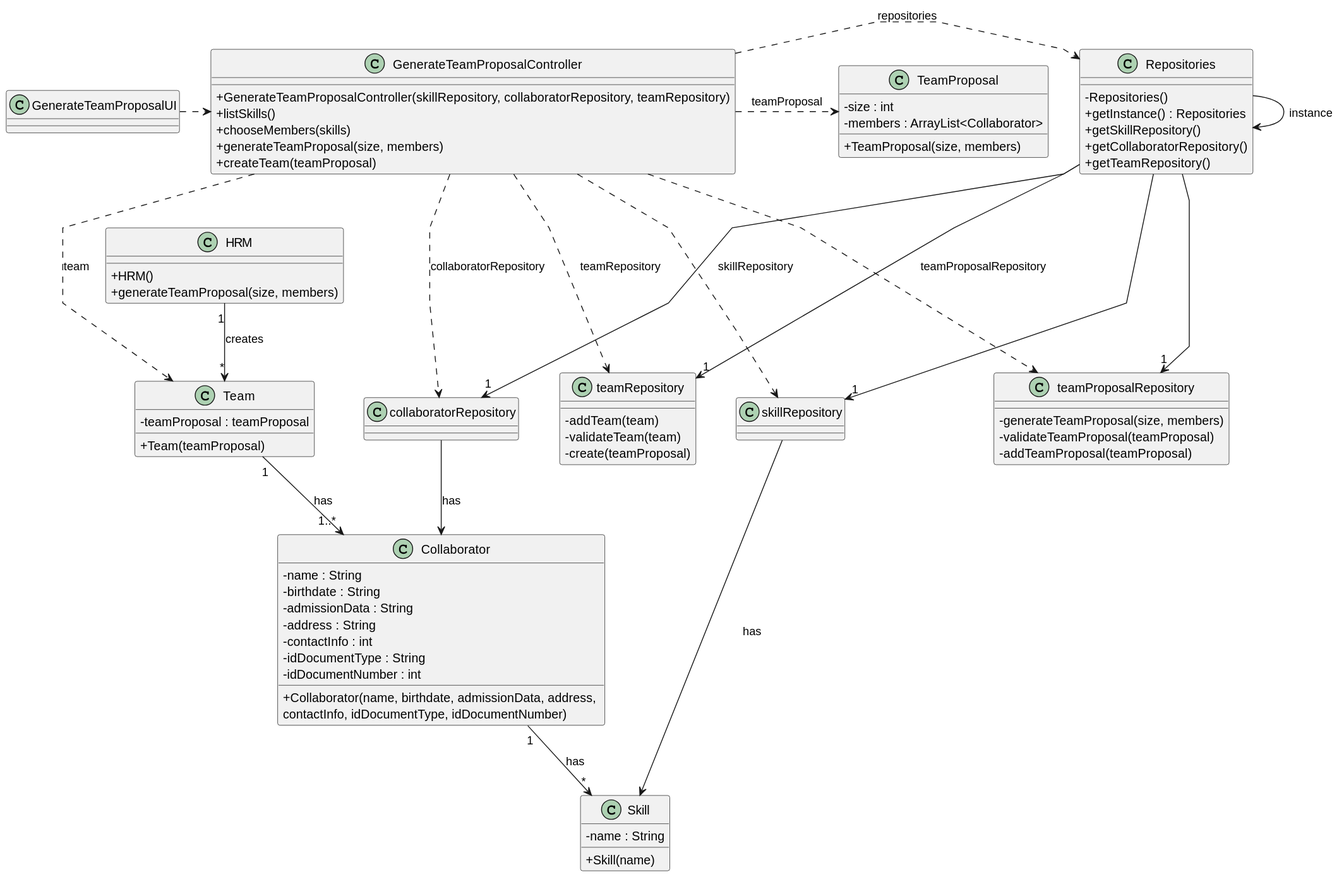
Before: docs/sprintB/us005/03.design/svg/us005-class-diagram.svg, a diagram exported from PlantUML (diogoveirospro/lei-24-s2-1dg-g072). The source it was exported from:
```plantuml
@startuml
skinparam packageStyle rectangle
skinparam shadowing false
skinparam linetype polyline

skinparam classAttributeIconSize 0


class HRM {
    + HRM()
    + generateTeamProposal(size, members)
}

class GenerateTeamProposalController {
    + GenerateTeamProposalController(skillRepository, collaboratorRepository, teamRepository)
    + listSkills()
    + chooseMembers(skills)
    + generateTeamProposal(size, members)
    + createTeam(teamProposal)
}


class GenerateTeamProposalUI {
}

class Repositories {
    - Repositories()
    + getInstance() : Repositories
    + getSkillRepository()
    + getCollaboratorRepository()
    + getTeamRepository()

}

class skillRepository {

}

class collaboratorRepository {

}

class teamProposalRepository {
    - generateTeamProposal(size, members)
    - validateTeamProposal(teamProposal)
    - addTeamProposal(teamProposal)
}

class teamRepository {
    - addTeam(team)
    - validateTeam(team)
    - create(teamProposal)
}

class TeamProposal {
    - size : int
    - members : ArrayList<Collaborator>
    + TeamProposal(size, members)
}

class Team {
    - teamProposal : teamProposal
    + Team(teamProposal)
}

class Collaborator {
    - name : String
    - birthdate : String
    - admissionData : String
    - address : String
    - contactInfo : int
    - idDocumentType : String
    - idDocumentNumber : int
    + Collaborator(name, birthdate, admissionData, address, \ncontactInfo, idDocumentType, idDocumentNumber)
}

class Skill {
    - name : String
    + Skill(name)
}

GenerateTeamProposalUI .> GenerateTeamProposalController
GenerateTeamProposalController .> Repositories : repositories
Repositories --> Repositories : instance

Repositories ---> "1" skillRepository
Repositories ---> "1" collaboratorRepository
Repositories ---> "1" teamProposalRepository
Repositories ---> "1" teamRepository

GenerateTeamProposalController .> skillRepository : skillRepository
GenerateTeamProposalController .> collaboratorRepository : collaboratorRepository
GenerateTeamProposalController .> teamRepository : teamRepository
GenerateTeamProposalController .> teamProposalRepository : teamProposalRepository

HRM "1" --> "*" Team : creates
Team "1" --> "1..*" Collaborator : has
Collaborator "1" --> "*" Skill : has

GenerateTeamProposalController .> TeamProposal : teamProposal
GenerateTeamProposalController .> Team : team
skillRepository --> Skill : has
collaboratorRepository --> Collaborator : has
@enduml
```
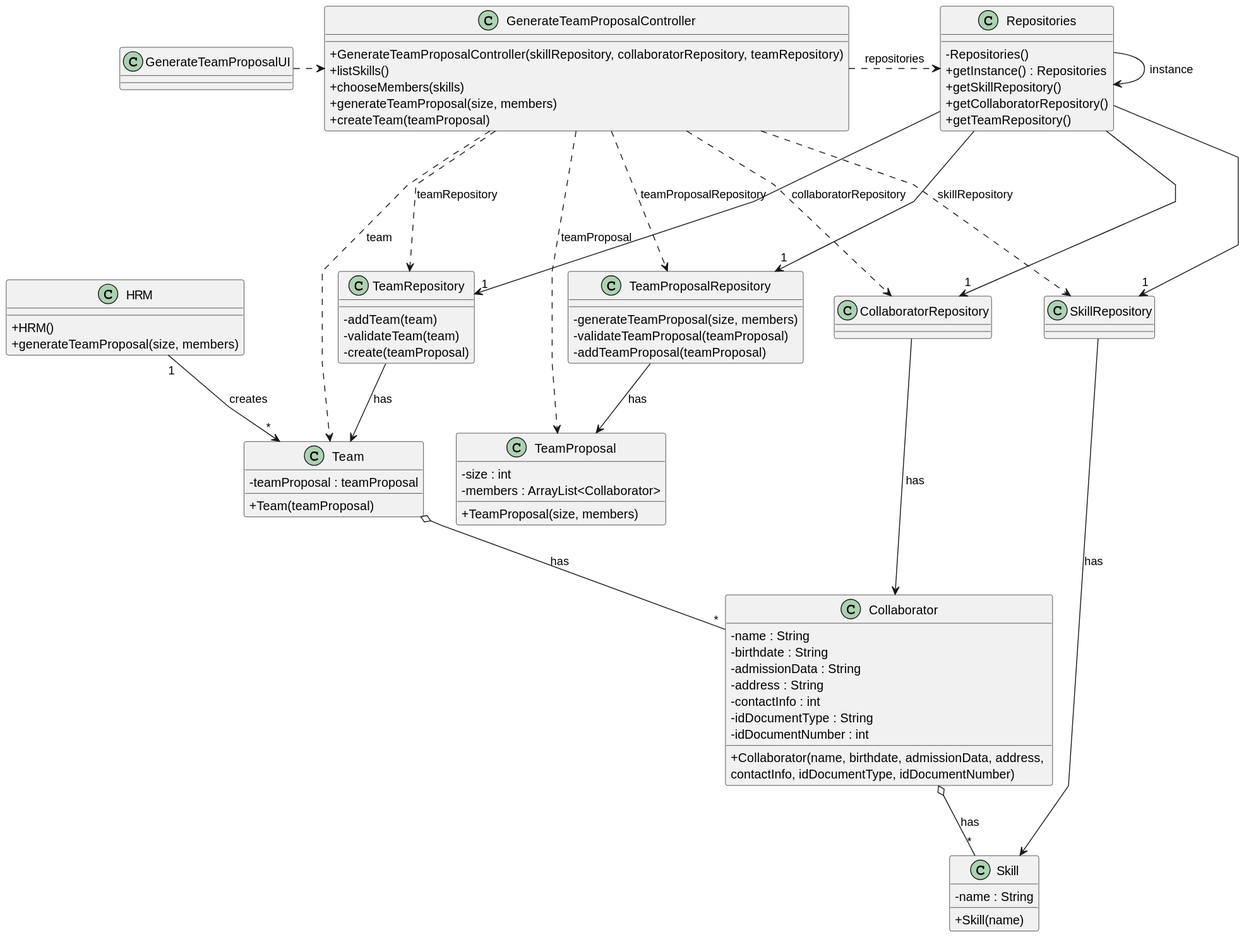
Later version of the same file.

Change to the diagram source:
```diff
@@ -32,21 +32,21 @@
 
 }
 
-class skillRepository {
+class SkillRepository {
 
 }
 
-class collaboratorRepository {
+class CollaboratorRepository {
 
 }
 
-class teamProposalRepository {
+class TeamProposalRepository {
     - generateTeamProposal(size, members)
     - validateTeamProposal(teamProposal)
     - addTeamProposal(teamProposal)
 }
 
-class teamRepository {
+class TeamRepository {
     - addTeam(team)
     - validateTeam(team)
     - create(teamProposal)
@@ -83,22 +83,24 @@
 GenerateTeamProposalController .> Repositories : repositories
 Repositories --> Repositories : instance
 
-Repositories ---> "1" skillRepository
-Repositories ---> "1" collaboratorRepository
-Repositories ---> "1" teamProposalRepository
-Repositories ---> "1" teamRepository
+Repositories ---> "1" SkillRepository
+Repositories ---> "1" CollaboratorRepository
+Repositories ---> "1" TeamProposalRepository
+Repositories ---> "1" TeamRepository
 
-GenerateTeamProposalController .> skillRepository : skillRepository
-GenerateTeamProposalController .> collaboratorRepository : collaboratorRepository
-GenerateTeamProposalController .> teamRepository : teamRepository
-GenerateTeamProposalController .> teamProposalRepository : teamProposalRepository
+GenerateTeamProposalController .> SkillRepository : skillRepository
+GenerateTeamProposalController .> CollaboratorRepository : collaboratorRepository
+GenerateTeamProposalController .> TeamRepository : teamRepository
+GenerateTeamProposalController .> TeamProposalRepository : teamProposalRepository
 
 HRM "1" --> "*" Team : creates
-Team "1" --> "1..*" Collaborator : has
-Collaborator "1" --> "*" Skill : has
+Team  o-- "*" Collaborator : has
+Collaborator  o-- "*" Skill : has
 
 GenerateTeamProposalController .> TeamProposal : teamProposal
 GenerateTeamProposalController .> Team : team
-skillRepository --> Skill : has
-collaboratorRepository --> Collaborator : has
+SkillRepository --> Skill : has
+CollaboratorRepository --> Collaborator : has
+TeamRepository --> Team : has
+TeamProposalRepository --> TeamProposal : has
 @enduml
```
